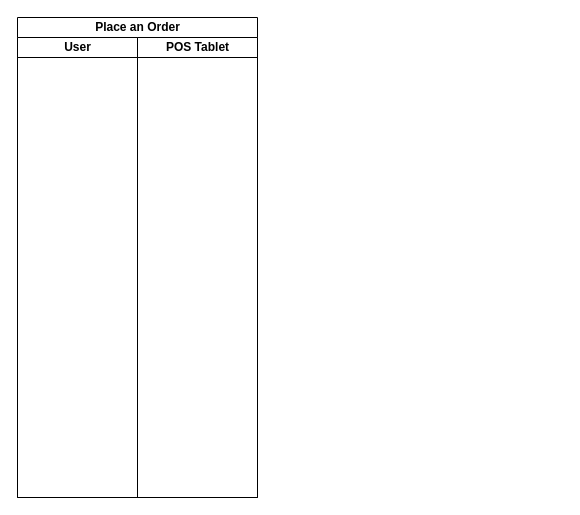
This is drawio/Untitled Diagram.drawio from fisherhe12/my-notes, a draw.io file, before an edit. Source tidied: cells renumbered, new cells numbered last; positions are measured from the earlier drawing's top-left corner, leaving out a move shared by most shapes. Both pictures are drawn from the tidied source at 100%, with x=0, y=0 at pixel (17, 17).
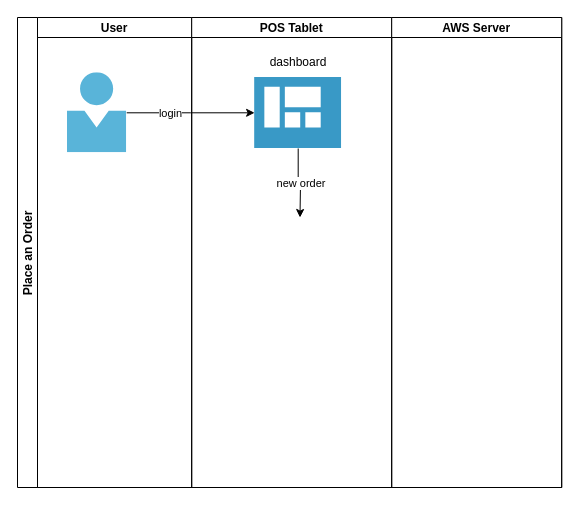
The same page after the edit.

What changed in the source:
```diff
@@
 <mxGraphModel>
   <root>
     <mxCell id="0" />
     <mxCell id="1" parent="0" />
-    <mxCell id="2" value="Place an Order" style="swimlane;startSize=20;html=1;" parent="1" vertex="1">
-      <mxGeometry width="240" height="480" as="geometry" />
+    <mxCell id="2" value="Place an Order" style="swimlane;startSize=20;horizontal=0;" parent="1" vertex="1">
+      <mxGeometry width="544.2" height="470" as="geometry" />
     </mxCell>
-    <mxCell id="3" value="User" style="swimlane;startSize=20;html=1;" parent="2" vertex="1">
-      <mxGeometry y="20" width="120" height="460" as="geometry" />
+    <mxCell id="3" value="User" style="swimlane;startSize=20;" parent="2" vertex="1">
+      <mxGeometry x="20" width="154.2" height="470" as="geometry" />
     </mxCell>
+    <mxCell id="5" style="image;sketch=0;html=1;points=[];align=center;fontSize=12;image=img/lib/mscae/Person.svg;" parent="3" vertex="1">
+      <mxGeometry x="30" y="55.3" width="59.2" height="80" as="geometry" />
+    </mxCell>
-    <mxCell id="4" value="POS Tablet" style="swimlane;startSize=20;html=1;" parent="2" vertex="1">
-      <mxGeometry x="120" y="20" width="120" height="460" as="geometry" />
+    <mxCell id="4" value="POS Tablet" style="swimlane;startSize=20;" parent="2" vertex="1">
+      <mxGeometry x="174.2" width="200" height="470" as="geometry" />
     </mxCell>
+    <mxCell id="6" value="&amp;nbsp;new order" style="edgeStyle=orthogonalEdgeStyle;rounded=0;jettySize=auto;html=1;" parent="4" edge="1" source="7">
+      <mxGeometry relative="1" as="geometry">
+        <mxPoint x="108.3" y="200" as="targetPoint" />
+      </mxGeometry>
+    </mxCell>
+    <mxCell id="7" style="image;sketch=0;html=1;points=[];align=center;fontSize=12;image=img/lib/mscae/Shared_Dashboard.svg;" parent="4" vertex="1">
+      <mxGeometry x="62.9" y="59.6" width="87.1" height="71.4" as="geometry" />
+    </mxCell>
+    <mxCell id="8" value="dashboard" style="text;html=1;strokeColor=none;fillColor=none;align=center;verticalAlign=middle;whiteSpace=wrap;rounded=0;" parent="4" vertex="1">
+      <mxGeometry x="76.5" y="29.6" width="60" height="30" as="geometry" />
+    </mxCell>
+    <mxCell id="9" value="AWS Server" style="swimlane;startSize=20;" parent="2" vertex="1">
+      <mxGeometry x="374.2" width="170" height="470" as="geometry" />
+    </mxCell>
+    <mxCell id="10" style="edgeStyle=orthogonalEdgeStyle;rounded=0;jettySize=auto;html=1;" parent="2" edge="1" source="5" target="7">
+      <mxGeometry relative="1" as="geometry" />
+    </mxCell>
+    <mxCell id="11" value="login" style="edgeLabel;html=1;align=center;verticalAlign=middle;" parent="10" vertex="1">
+      <mxGeometry x="-0.32" relative="1" as="geometry" />
+    </mxCell>
   </root>
 </mxGraphModel>
```
